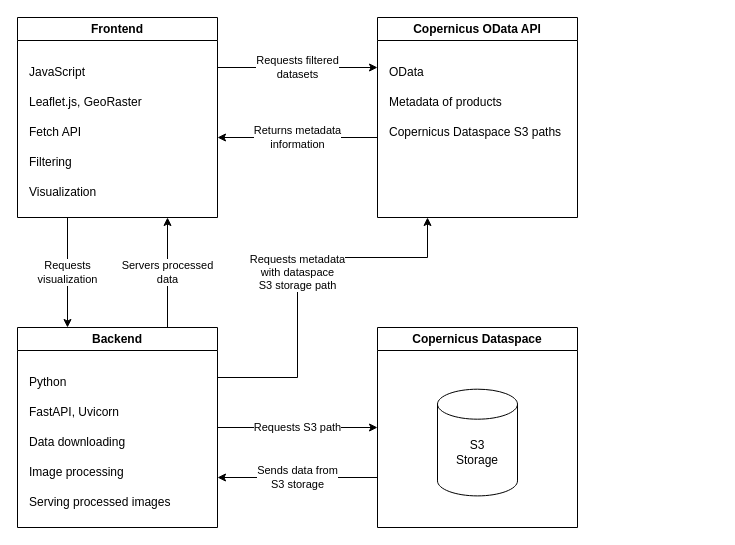
Above: Schema.drawio in matejkaj-cesnet/2025_01_Visualization_summary (draw.io), before the change. Source tidied: cells renumbered, new cells numbered last; positions are measured from the earlier drawing's top-left corner, leaving out a move shared by most shapes. Both pictures are drawn from the tidied source at 100%, with x=0, y=0 at pixel (17, 17).
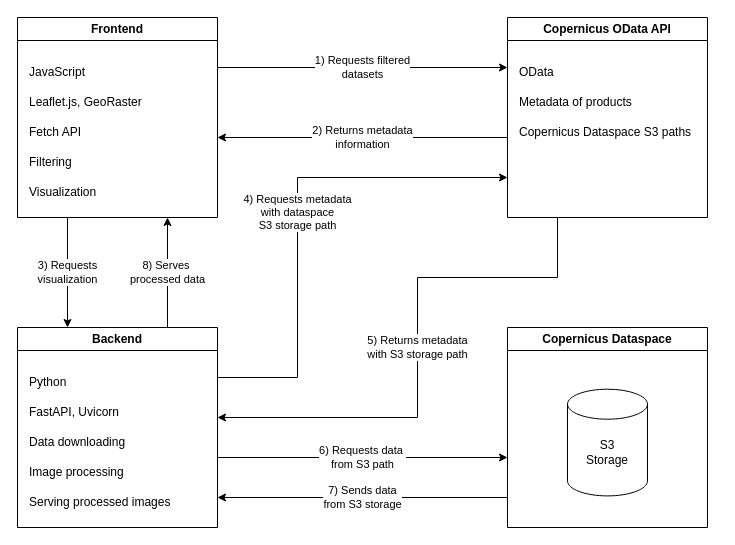
The same page after the edit.

Unchanged cells that the change refers to:
```xml
<mxCell id="2" value="Frontend" style="swimlane;whiteSpace=wrap;html=1;" parent="1" vertex="1">
  <mxGeometry width="200" height="200" as="geometry" />
</mxCell>
<mxCell id="8" value="Backend" style="swimlane;whiteSpace=wrap;html=1;startSize=23;" parent="1" vertex="1">
  <mxGeometry y="310" width="200" height="200" as="geometry" />
</mxCell>
```

What changed in the source:
```diff
@@
+    <mxCell id="28" value="5) Returns metadata&lt;br&gt;with S3 storage path" style="edgeStyle=orthogonalEdgeStyle;rounded=0;jettySize=auto;html=1;exitX=0.25;exitY=1;exitDx=0;exitDy=0;" parent="1" edge="1" source="14">
+      <mxGeometry relative="1" as="geometry">
+        <mxPoint x="200" y="400" as="targetPoint" />
+        <Array as="points">
+          <mxPoint x="540" y="260" />
+          <mxPoint x="400" y="260" />
+          <mxPoint x="400" y="400" />
+        </Array>
+      </mxGeometry>
+    </mxCell>
     <mxCell id="14" value="&lt;div&gt;Copernicus OData API&lt;/div&gt;" style="swimlane;whiteSpace=wrap;html=1;" parent="1" vertex="1">
-      <mxGeometry x="360" width="200" height="200" as="geometry" />
+      <mxGeometry x="490" width="200" height="200" as="geometry" />
     </mxCell>
@@
-    <mxCell id="18" value="&lt;div&gt;Requests filtered&lt;/div&gt;&lt;div&gt;datasets&lt;/div&gt;" style="endArrow=classic;html=1;rounded=0;entryX=0;entryY=0.25;entryDx=0;entryDy=0;exitX=1;exitY=0.25;exitDx=0;exitDy=0;" parent="1" edge="1" source="2" target="14">
+    <mxCell id="18" value="&lt;div&gt;1) Requests filtered&lt;/div&gt;&lt;div&gt;datasets&lt;/div&gt;" style="endArrow=classic;html=1;rounded=0;entryX=0;entryY=0.25;entryDx=0;entryDy=0;exitX=1;exitY=0.25;exitDx=0;exitDy=0;" parent="1" edge="1" source="2" target="14">
       <mxGeometry relative="1" as="geometry" />
     </mxCell>
-    <mxCell id="19" value="&lt;div&gt;Returns metadata&lt;/div&gt;&lt;div&gt;information&lt;br&gt;&lt;/div&gt;" style="endArrow=classic;html=1;rounded=0;" parent="1" edge="1">
+    <mxCell id="19" value="&lt;div&gt;2) Returns metadata&lt;/div&gt;&lt;div&gt;information&lt;br&gt;&lt;/div&gt;" style="endArrow=classic;html=1;rounded=0;" parent="1" edge="1">
       <mxGeometry relative="1" as="geometry">
-        <mxPoint x="360" y="120" as="sourcePoint" />
+        <mxPoint x="490" y="120" as="sourcePoint" />
         <mxPoint x="200" y="120" as="targetPoint" />
       </mxGeometry>
     </mxCell>
-    <mxCell id="20" value="&lt;div&gt;Requests metadata&lt;/div&gt;&lt;div&gt;with dataspace&lt;/div&gt;&lt;div&gt;S3 storage path&lt;br&gt;&lt;/div&gt;" style="endArrow=classic;html=1;rounded=0;entryX=0.25;entryY=1;entryDx=0;entryDy=0;" parent="1" edge="1" target="14">
+    <mxCell id="20" value="&lt;div&gt;4) Requests metadata&lt;/div&gt;&lt;div&gt;with dataspace&lt;/div&gt;&lt;div&gt;S3 storage path&lt;br&gt;&lt;/div&gt;" style="endArrow=classic;html=1;rounded=0;" parent="1" edge="1">
       <mxGeometry relative="1" as="geometry">
         <mxPoint x="200" y="360" as="sourcePoint" />
+        <mxPoint x="490" y="160" as="targetPoint" />
         <Array as="points">
           <mxPoint x="280" y="360" />
-          <mxPoint x="280" y="240" />
-          <mxPoint x="410" y="240" />
+          <mxPoint x="280" y="160" />
         </Array>
       </mxGeometry>
     </mxCell>
     <mxCell id="21" value="&lt;div&gt;Copernicus Dataspace&lt;/div&gt;" style="swimlane;whiteSpace=wrap;html=1;" parent="1" vertex="1">
-      <mxGeometry x="360" y="310" width="200" height="200" as="geometry" />
+      <mxGeometry x="490" y="310" width="200" height="200" as="geometry" />
     </mxCell>
@@
-    <mxCell id="24" value="Requests S3 path" style="endArrow=classic;html=1;rounded=0;exitX=1;exitY=0.5;exitDx=0;exitDy=0;entryX=0;entryY=0.5;entryDx=0;entryDy=0;" parent="1" edge="1" source="8" target="21">
-      <mxGeometry relative="1" as="geometry" />
+    <mxCell id="24" value="&lt;div&gt;6) Requests data&amp;nbsp;&lt;/div&gt;&lt;div&gt;from S3 path&lt;/div&gt;" style="endArrow=classic;html=1;rounded=0;" parent="1" edge="1">
+      <mxGeometry relative="1" as="geometry">
+        <mxPoint x="200" y="440" as="sourcePoint" />
+        <mxPoint x="490" y="440" as="targetPoint" />
+      </mxGeometry>
     </mxCell>
-    <mxCell id="25" value="&lt;div&gt;Sends data from&lt;/div&gt;&lt;div&gt;S3 storage&lt;br&gt;&lt;/div&gt;" style="endArrow=classic;html=1;rounded=0;entryX=1;entryY=0.75;entryDx=0;entryDy=0;exitX=0;exitY=0.75;exitDx=0;exitDy=0;" parent="1" edge="1" source="21" target="8">
-      <mxGeometry relative="1" as="geometry" />
+    <mxCell id="25" value="&lt;div&gt;7) Sends data &lt;br&gt;from S3 storage&lt;br&gt;&lt;/div&gt;" style="endArrow=classic;html=1;rounded=0;" parent="1" edge="1">
+      <mxGeometry relative="1" as="geometry">
+        <mxPoint x="490" y="480" as="sourcePoint" />
+        <mxPoint x="200" y="480" as="targetPoint" />
+      </mxGeometry>
     </mxCell>
-    <mxCell id="26" value="Requests&lt;br&gt;visualization" style="endArrow=classic;html=1;rounded=0;entryX=0.25;entryY=0;entryDx=0;entryDy=0;exitX=0.25;exitY=1;exitDx=0;exitDy=0;" parent="1" edge="1" source="2" target="8">
+    <mxCell id="26" value="3) Requests&lt;br&gt;visualization" style="endArrow=classic;html=1;rounded=0;entryX=0.25;entryY=0;entryDx=0;entryDy=0;exitX=0.25;exitY=1;exitDx=0;exitDy=0;" parent="1" edge="1" source="2" target="8">
       <mxGeometry relative="1" as="geometry" />
     </mxCell>
-    <mxCell id="27" value="Servers processed&lt;br&gt;&lt;div&gt;data&lt;/div&gt;" style="endArrow=classic;html=1;rounded=0;exitX=0.75;exitY=0;exitDx=0;exitDy=0;entryX=0.75;entryY=1;entryDx=0;entryDy=0;" parent="1" edge="1" source="8" target="2">
+    <mxCell id="27" value="&lt;div&gt;8) Serves&amp;nbsp;&lt;/div&gt;&lt;div&gt;processed data&lt;/div&gt;" style="endArrow=classic;html=1;rounded=0;exitX=0.75;exitY=0;exitDx=0;exitDy=0;entryX=0.75;entryY=1;entryDx=0;entryDy=0;" parent="1" edge="1" source="8" target="2">
       <mxGeometry relative="1" as="geometry" />
     </mxCell>
```
